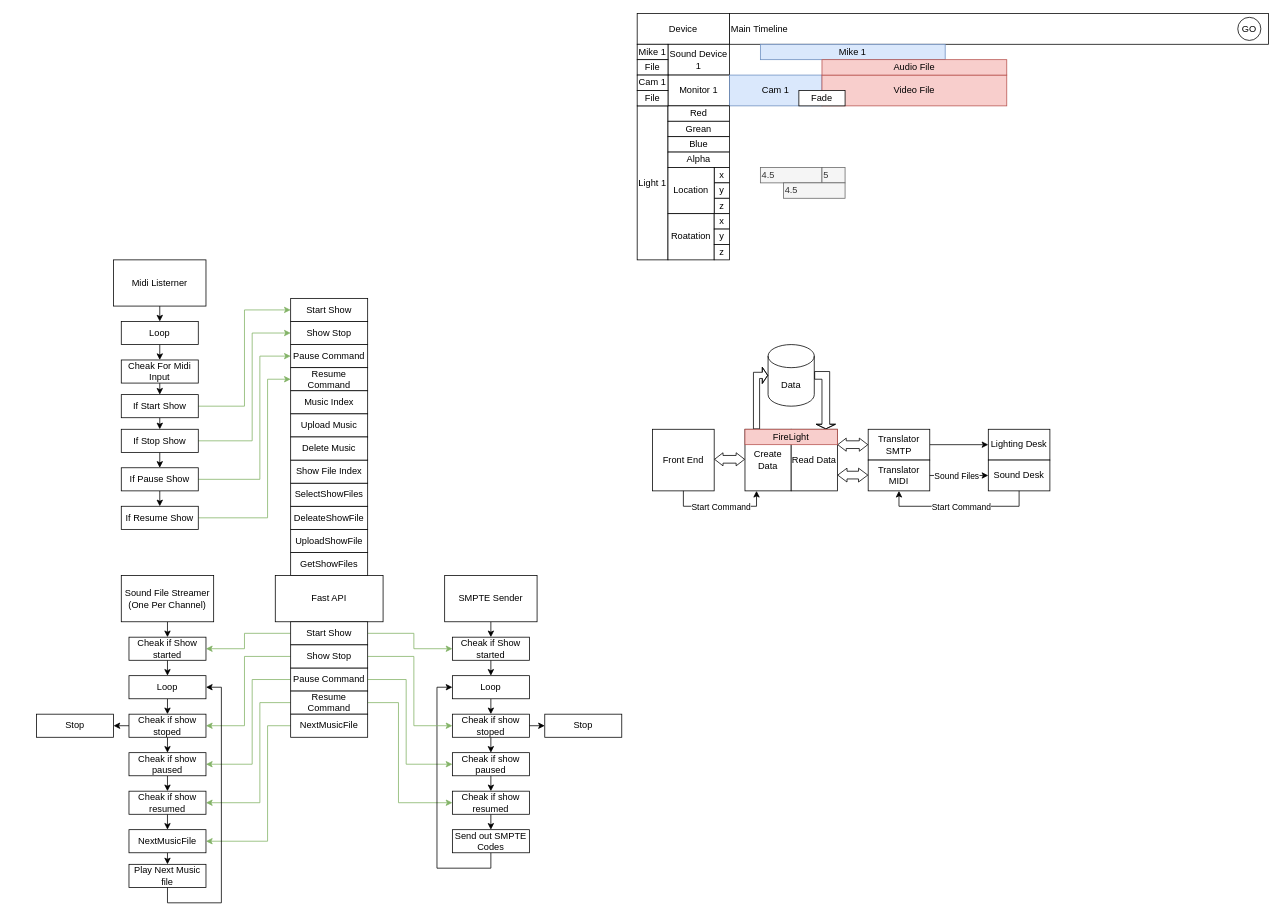
Firelight-Stage-Systems/Firelight-Stage-Systems keeps this draw.io diagram as Mood Board.drawio. Above is the earlier version. Source tidied: cells renumbered, new cells numbered last; positions are measured from the earlier drawing's top-left corner, leaving out a move shared by most shapes. Both pictures are drawn from the tidied source at 77%, with x=0, y=0 at pixel (36, 13).
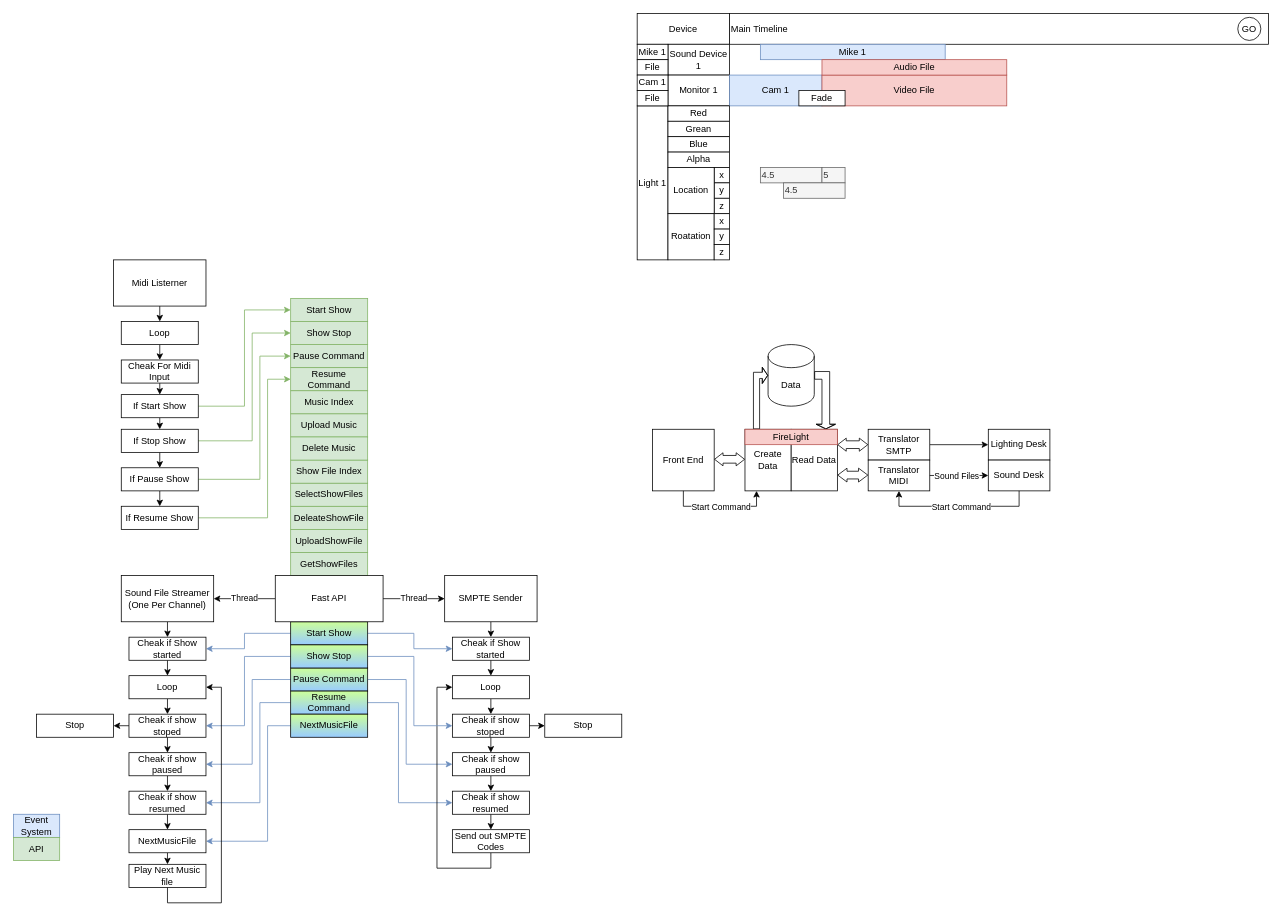
Above is the later version.

Commit message:
Show how they will comunicate

The change refers to these unchanged cells:
```xml
<mxCell id="64" value="SMPTE Sender" style="rounded=0;whiteSpace=wrap;html=1;" parent="1" vertex="1">
  <mxGeometry x="530" y="730" width="120" height="60" as="geometry" />
</mxCell>
<mxCell id="66" value="Cheak if Show started" style="rounded=0;whiteSpace=wrap;html=1;" parent="1" vertex="1">
  <mxGeometry x="540" y="810" width="100" height="30" as="geometry" />
</mxCell>
<mxCell id="73" value="Cheak if show stoped" style="rounded=0;whiteSpace=wrap;html=1;" parent="1" vertex="1">
  <mxGeometry x="540" y="910" width="100" height="30" as="geometry" />
</mxCell>
<mxCell id="75" value="Cheak if show paused" style="rounded=0;whiteSpace=wrap;html=1;" parent="1" vertex="1">
  <mxGeometry x="540" y="960" width="100" height="30" as="geometry" />
</mxCell>
<mxCell id="81" value="Cheak if show resumed" style="rounded=0;whiteSpace=wrap;html=1;" parent="1" vertex="1">
  <mxGeometry x="540" y="1010" width="100" height="30" as="geometry" />
</mxCell>
<mxCell id="85" value="&lt;div&gt;Sound File Streamer&lt;br&gt;&lt;/div&gt;(One Per Channel)" style="rounded=0;whiteSpace=wrap;html=1;" parent="1" vertex="1">
  <mxGeometry x="110" y="730" width="120" height="60" as="geometry" />
</mxCell>
<mxCell id="87" value="Cheak if Show started" style="rounded=0;whiteSpace=wrap;html=1;" parent="1" vertex="1">
  <mxGeometry x="120" y="810" width="100" height="30" as="geometry" />
</mxCell>
<mxCell id="92" value="Cheak if show stoped" style="rounded=0;whiteSpace=wrap;html=1;" parent="1" vertex="1">
  <mxGeometry x="120" y="910" width="100" height="30" as="geometry" />
</mxCell>
<mxCell id="94" value="Cheak if show paused" style="rounded=0;whiteSpace=wrap;html=1;" parent="1" vertex="1">
  <mxGeometry x="120" y="960" width="100" height="30" as="geometry" />
</mxCell>
<mxCell id="97" value="Cheak if show resumed" style="rounded=0;whiteSpace=wrap;html=1;" parent="1" vertex="1">
  <mxGeometry x="120" y="1010" width="100" height="30" as="geometry" />
</mxCell>
<mxCell id="99" value="NextMusicFile" style="rounded=0;whiteSpace=wrap;html=1;" parent="1" vertex="1">
  <mxGeometry x="120" y="1060" width="100" height="30" as="geometry" />
</mxCell>
```

Diff of the diagram source:
```diff
@@
-    <mxCell id="53" value="Fast API" style="rounded=0;whiteSpace=wrap;html=1;" parent="1" vertex="1">
-      <mxGeometry x="310" y="730" width="140" height="60" as="geometry" />
-    </mxCell>
+    <mxCell id="131" value="Thread" style="edgeStyle=orthogonalEdgeStyle;rounded=0;jettySize=auto;html=1;exitX=1;exitY=0.5;exitDx=0;exitDy=0;entryX=0;entryY=0.5;entryDx=0;entryDy=0;" parent="1" edge="1" source="53" target="64">
+      <mxGeometry relative="1" as="geometry" />
+    </mxCell>
+    <mxCell id="132" value="Thread" style="edgeStyle=orthogonalEdgeStyle;rounded=0;jettySize=auto;html=1;exitX=0;exitY=0.5;exitDx=0;exitDy=0;entryX=1;entryY=0.5;entryDx=0;entryDy=0;" parent="1" edge="1" source="53" target="85">
+      <mxGeometry relative="1" as="geometry" />
+    </mxCell>
-    <mxCell id="54" style="edgeStyle=orthogonalEdgeStyle;rounded=0;jettySize=auto;html=1;exitX=1;exitY=0.5;exitDx=0;exitDy=0;entryX=0;entryY=0.5;entryDx=0;entryDy=0;fillColor=#d5e8d4;strokeColor=#82b366;" parent="1" edge="1" source="56" target="66">
+    <mxCell id="54" style="edgeStyle=orthogonalEdgeStyle;rounded=0;jettySize=auto;html=1;exitX=1;exitY=0.5;exitDx=0;exitDy=0;entryX=0;entryY=0.5;entryDx=0;entryDy=0;fillColor=#dae8fc;strokeColor=#6c8ebf;" parent="1" edge="1" source="56" target="66">
       <mxGeometry relative="1" as="geometry">
         <Array as="points">
           <mxPoint x="490" y="805" />
           <mxPoint x="490" y="825" />
         </Array>
       </mxGeometry>
     </mxCell>
-    <mxCell id="55" style="edgeStyle=orthogonalEdgeStyle;rounded=0;jettySize=auto;html=1;exitX=0;exitY=0.5;exitDx=0;exitDy=0;entryX=1;entryY=0.5;entryDx=0;entryDy=0;fillColor=#d5e8d4;strokeColor=#82b366;" parent="1" edge="1" source="56" target="87">
+    <mxCell id="55" style="edgeStyle=orthogonalEdgeStyle;rounded=0;jettySize=auto;html=1;exitX=0;exitY=0.5;exitDx=0;exitDy=0;entryX=1;entryY=0.5;entryDx=0;entryDy=0;fillColor=#dae8fc;strokeColor=#6c8ebf;" parent="1" edge="1" source="56" target="87">
       <mxGeometry relative="1" as="geometry">
         <Array as="points">
           <mxPoint x="270" y="805" />
           <mxPoint x="270" y="825" />
         </Array>
       </mxGeometry>
     </mxCell>
-    <mxCell id="56" value="Start Show" style="rounded=0;whiteSpace=wrap;html=1;" parent="1" vertex="1">
+    <mxCell id="56" value="Start Show" style="rounded=0;whiteSpace=wrap;html=1;gradientColor=#99CCFF;fillColor=#CCFF99;" parent="1" vertex="1">
       <mxGeometry x="330" y="790" width="100" height="30" as="geometry" />
     </mxCell>
-    <mxCell id="57" style="edgeStyle=orthogonalEdgeStyle;rounded=0;jettySize=auto;html=1;exitX=1;exitY=0.5;exitDx=0;exitDy=0;entryX=0;entryY=0.5;entryDx=0;entryDy=0;fillColor=#d5e8d4;strokeColor=#82b366;" parent="1" edge="1" source="59" target="75">
+    <mxCell id="57" style="edgeStyle=orthogonalEdgeStyle;rounded=0;jettySize=auto;html=1;exitX=1;exitY=0.5;exitDx=0;exitDy=0;entryX=0;entryY=0.5;entryDx=0;entryDy=0;fillColor=#dae8fc;strokeColor=#6c8ebf;" parent="1" edge="1" source="59" target="75">
       <mxGeometry relative="1" as="geometry">
         <Array as="points">
           <mxPoint x="480" y="865" />
           <mxPoint x="480" y="975" />
         </Array>
       </mxGeometry>
     </mxCell>
-    <mxCell id="58" style="edgeStyle=orthogonalEdgeStyle;rounded=0;jettySize=auto;html=1;exitX=0;exitY=0.5;exitDx=0;exitDy=0;entryX=1;entryY=0.5;entryDx=0;entryDy=0;fillColor=#d5e8d4;strokeColor=#82b366;" parent="1" edge="1" source="59" target="94">
+    <mxCell id="58" style="edgeStyle=orthogonalEdgeStyle;rounded=0;jettySize=auto;html=1;exitX=0;exitY=0.5;exitDx=0;exitDy=0;entryX=1;entryY=0.5;entryDx=0;entryDy=0;fillColor=#dae8fc;strokeColor=#6c8ebf;" parent="1" edge="1" source="59" target="94">
       <mxGeometry relative="1" as="geometry">
         <Array as="points">
           <mxPoint x="280" y="865" />
           <mxPoint x="280" y="975" />
         </Array>
       </mxGeometry>
     </mxCell>
-    <mxCell id="59" value="Pause Command" style="rounded=0;whiteSpace=wrap;html=1;" parent="1" vertex="1">
+    <mxCell id="59" value="Pause Command" style="rounded=0;whiteSpace=wrap;html=1;gradientColor=#99CCFF;fillColor=#CCFF99;" parent="1" vertex="1">
       <mxGeometry x="330" y="850" width="100" height="30" as="geometry" />
     </mxCell>
-    <mxCell id="60" style="edgeStyle=orthogonalEdgeStyle;rounded=0;jettySize=auto;html=1;exitX=1;exitY=0.5;exitDx=0;exitDy=0;entryX=0;entryY=0.5;entryDx=0;entryDy=0;fillColor=#d5e8d4;strokeColor=#82b366;" parent="1" edge="1" source="62" target="81">
+    <mxCell id="60" style="edgeStyle=orthogonalEdgeStyle;rounded=0;jettySize=auto;html=1;exitX=1;exitY=0.5;exitDx=0;exitDy=0;entryX=0;entryY=0.5;entryDx=0;entryDy=0;fillColor=#dae8fc;strokeColor=#6c8ebf;" parent="1" edge="1" source="62" target="81">
       <mxGeometry relative="1" as="geometry">
         <Array as="points">
           <mxPoint x="470" y="895" />
           <mxPoint x="470" y="1025" />
         </Array>
       </mxGeometry>
     </mxCell>
-    <mxCell id="61" style="edgeStyle=orthogonalEdgeStyle;rounded=0;jettySize=auto;html=1;exitX=0;exitY=0.5;exitDx=0;exitDy=0;entryX=1;entryY=0.5;entryDx=0;entryDy=0;fillColor=#d5e8d4;strokeColor=#82b366;" parent="1" edge="1" source="62" target="97">
+    <mxCell id="61" style="edgeStyle=orthogonalEdgeStyle;rounded=0;jettySize=auto;html=1;exitX=0;exitY=0.5;exitDx=0;exitDy=0;entryX=1;entryY=0.5;entryDx=0;entryDy=0;fillColor=#dae8fc;strokeColor=#6c8ebf;" parent="1" edge="1" source="62" target="97">
       <mxGeometry relative="1" as="geometry">
         <Array as="points">
           <mxPoint x="290" y="895" />
           <mxPoint x="290" y="1025" />
         </Array>
       </mxGeometry>
     </mxCell>
-    <mxCell id="62" value="Resume Command" style="rounded=0;whiteSpace=wrap;html=1;" parent="1" vertex="1">
+    <mxCell id="62" value="Resume Command" style="rounded=0;whiteSpace=wrap;html=1;gradientColor=#99CCFF;fillColor=#CCFF99;" parent="1" vertex="1">
       <mxGeometry x="330" y="880" width="100" height="30" as="geometry" />
     </mxCell>
@@
-    <mxCell id="76" style="edgeStyle=orthogonalEdgeStyle;rounded=0;jettySize=auto;html=1;exitX=1;exitY=0.5;exitDx=0;exitDy=0;entryX=0;entryY=0.5;entryDx=0;entryDy=0;fillColor=#d5e8d4;strokeColor=#82b366;" parent="1" edge="1" source="78" target="73">
+    <mxCell id="76" style="edgeStyle=orthogonalEdgeStyle;rounded=0;jettySize=auto;html=1;exitX=1;exitY=0.5;exitDx=0;exitDy=0;entryX=0;entryY=0.5;entryDx=0;entryDy=0;fillColor=#dae8fc;strokeColor=#6c8ebf;" parent="1" edge="1" source="78" target="73">
       <mxGeometry relative="1" as="geometry">
         <Array as="points">
           <mxPoint x="490" y="835" />
           <mxPoint x="490" y="925" />
         </Array>
       </mxGeometry>
     </mxCell>
-    <mxCell id="77" style="edgeStyle=orthogonalEdgeStyle;rounded=0;jettySize=auto;html=1;exitX=0;exitY=0.5;exitDx=0;exitDy=0;entryX=1;entryY=0.5;entryDx=0;entryDy=0;fillColor=#d5e8d4;strokeColor=#82b366;" parent="1" edge="1" source="78" target="92">
+    <mxCell id="77" style="edgeStyle=orthogonalEdgeStyle;rounded=0;jettySize=auto;html=1;exitX=0;exitY=0.5;exitDx=0;exitDy=0;entryX=1;entryY=0.5;entryDx=0;entryDy=0;fillColor=#dae8fc;strokeColor=#6c8ebf;" parent="1" edge="1" source="78" target="92">
       <mxGeometry relative="1" as="geometry">
         <Array as="points">
           <mxPoint x="270" y="835" />
           <mxPoint x="270" y="925" />
         </Array>
       </mxGeometry>
     </mxCell>
-    <mxCell id="78" value="Show Stop" style="rounded=0;whiteSpace=wrap;html=1;" parent="1" vertex="1">
+    <mxCell id="78" value="Show Stop" style="rounded=0;whiteSpace=wrap;html=1;gradientColor=#99CCFF;fillColor=#CCFF99;" parent="1" vertex="1">
       <mxGeometry x="330" y="820" width="100" height="30" as="geometry" />
     </mxCell>
@@
-    <mxCell id="82" style="edgeStyle=orthogonalEdgeStyle;rounded=0;jettySize=auto;html=1;exitX=0;exitY=0.5;exitDx=0;exitDy=0;entryX=1;entryY=0.5;entryDx=0;entryDy=0;fillColor=#d5e8d4;strokeColor=#82b366;" parent="1" edge="1" source="83" target="99">
+    <mxCell id="82" style="edgeStyle=orthogonalEdgeStyle;rounded=0;jettySize=auto;html=1;exitX=0;exitY=0.5;exitDx=0;exitDy=0;entryX=1;entryY=0.5;entryDx=0;entryDy=0;fillColor=#dae8fc;strokeColor=#6c8ebf;" parent="1" edge="1" source="83" target="99">
       <mxGeometry relative="1" as="geometry">
         <Array as="points">
           <mxPoint x="300" y="925" />
           <mxPoint x="300" y="1075" />
         </Array>
       </mxGeometry>
     </mxCell>
-    <mxCell id="83" value="NextMusicFile" style="rounded=0;whiteSpace=wrap;html=1;" parent="1" vertex="1">
+    <mxCell id="83" value="NextMusicFile" style="rounded=0;whiteSpace=wrap;html=1;gradientColor=#99CCFF;fillColor=#CCFF99;" parent="1" vertex="1">
       <mxGeometry x="330" y="910" width="100" height="30" as="geometry" />
     </mxCell>
@@
-    <mxCell id="102" value="GetShowFiles" style="rounded=0;whiteSpace=wrap;html=1;" parent="1" vertex="1">
+    <mxCell id="102" value="GetShowFiles" style="rounded=0;whiteSpace=wrap;html=1;fillColor=#d5e8d4;strokeColor=#82b366;" parent="1" vertex="1">
       <mxGeometry x="330" y="700" width="100" height="30" as="geometry" />
     </mxCell>
-    <mxCell id="103" value="UploadShowFile" style="rounded=0;whiteSpace=wrap;html=1;" parent="1" vertex="1">
+    <mxCell id="103" value="UploadShowFile" style="rounded=0;whiteSpace=wrap;html=1;fillColor=#d5e8d4;strokeColor=#82b366;" parent="1" vertex="1">
       <mxGeometry x="330" y="670" width="100" height="30" as="geometry" />
     </mxCell>
-    <mxCell id="104" value="DeleateShowFile" style="rounded=0;whiteSpace=wrap;html=1;" parent="1" vertex="1">
+    <mxCell id="104" value="DeleateShowFile" style="rounded=0;whiteSpace=wrap;html=1;fillColor=#d5e8d4;strokeColor=#82b366;" parent="1" vertex="1">
       <mxGeometry x="330" y="640" width="100" height="30" as="geometry" />
     </mxCell>
-    <mxCell id="105" value="SelectShowFiles" style="rounded=0;whiteSpace=wrap;html=1;" parent="1" vertex="1">
+    <mxCell id="105" value="SelectShowFiles" style="rounded=0;whiteSpace=wrap;html=1;fillColor=#d5e8d4;strokeColor=#82b366;" parent="1" vertex="1">
       <mxGeometry x="330" y="610" width="100" height="30" as="geometry" />
     </mxCell>
-    <mxCell id="106" value="Show File Index" style="rounded=0;whiteSpace=wrap;html=1;" parent="1" vertex="1">
+    <mxCell id="106" value="Show File Index" style="rounded=0;whiteSpace=wrap;html=1;fillColor=#d5e8d4;strokeColor=#82b366;" parent="1" vertex="1">
       <mxGeometry x="330" y="580" width="100" height="30" as="geometry" />
     </mxCell>
-    <mxCell id="107" value="Start Show" style="rounded=0;whiteSpace=wrap;html=1;" parent="1" vertex="1">
+    <mxCell id="107" value="Start Show" style="rounded=0;whiteSpace=wrap;html=1;fillColor=#d5e8d4;strokeColor=#82b366;" parent="1" vertex="1">
       <mxGeometry x="330" y="370" width="100" height="30" as="geometry" />
     </mxCell>
@@
-    <mxCell id="117" value="Pause Command" style="rounded=0;whiteSpace=wrap;html=1;" parent="1" vertex="1">
+    <mxCell id="117" value="Pause Command" style="rounded=0;whiteSpace=wrap;html=1;fillColor=#d5e8d4;strokeColor=#82b366;" parent="1" vertex="1">
       <mxGeometry x="330" y="430" width="100" height="30" as="geometry" />
     </mxCell>
-    <mxCell id="118" value="Resume Command" style="rounded=0;whiteSpace=wrap;html=1;" parent="1" vertex="1">
+    <mxCell id="118" value="Resume Command" style="rounded=0;whiteSpace=wrap;html=1;fillColor=#d5e8d4;strokeColor=#82b366;" parent="1" vertex="1">
       <mxGeometry x="330" y="460" width="100" height="30" as="geometry" />
     </mxCell>
-    <mxCell id="119" value="Show Stop" style="rounded=0;whiteSpace=wrap;html=1;" parent="1" vertex="1">
+    <mxCell id="119" value="Show Stop" style="rounded=0;whiteSpace=wrap;html=1;fillColor=#d5e8d4;strokeColor=#82b366;" parent="1" vertex="1">
       <mxGeometry x="330" y="400" width="100" height="30" as="geometry" />
     </mxCell>
@@
-    <mxCell id="128" value="Music Index" style="rounded=0;whiteSpace=wrap;html=1;" parent="1" vertex="1">
+    <mxCell id="128" value="Music Index" style="rounded=0;whiteSpace=wrap;html=1;fillColor=#d5e8d4;strokeColor=#82b366;" parent="1" vertex="1">
       <mxGeometry x="330" y="490" width="100" height="30" as="geometry" />
     </mxCell>
-    <mxCell id="129" value="Upload Music" style="rounded=0;whiteSpace=wrap;html=1;" parent="1" vertex="1">
+    <mxCell id="129" value="Upload Music" style="rounded=0;whiteSpace=wrap;html=1;fillColor=#d5e8d4;strokeColor=#82b366;" parent="1" vertex="1">
       <mxGeometry x="330" y="520" width="100" height="30" as="geometry" />
     </mxCell>
-    <mxCell id="130" value="Delete Music" style="rounded=0;whiteSpace=wrap;html=1;" parent="1" vertex="1">
+    <mxCell id="130" value="Delete Music" style="rounded=0;whiteSpace=wrap;html=1;fillColor=#d5e8d4;strokeColor=#82b366;" parent="1" vertex="1">
       <mxGeometry x="330" y="550" width="100" height="30" as="geometry" />
     </mxCell>
+    <mxCell id="133" value="Event System" style="text;html=1;strokeColor=#6c8ebf;fillColor=#dae8fc;align=center;verticalAlign=middle;whiteSpace=wrap;rounded=0;" parent="1" vertex="1">
+      <mxGeometry x="-30" y="1040" width="60" height="30" as="geometry" />
+    </mxCell>
+    <mxCell id="134" value="API" style="text;html=1;strokeColor=#82b366;fillColor=#d5e8d4;align=center;verticalAlign=middle;whiteSpace=wrap;rounded=0;" parent="1" vertex="1">
+      <mxGeometry x="-30" y="1070" width="60" height="30" as="geometry" />
+    </mxCell>
+    <mxCell id="53" value="Fast API" style="rounded=0;whiteSpace=wrap;html=1;" parent="1" vertex="1">
+      <mxGeometry x="310" y="730" width="140" height="60" as="geometry" />
+    </mxCell>
```
